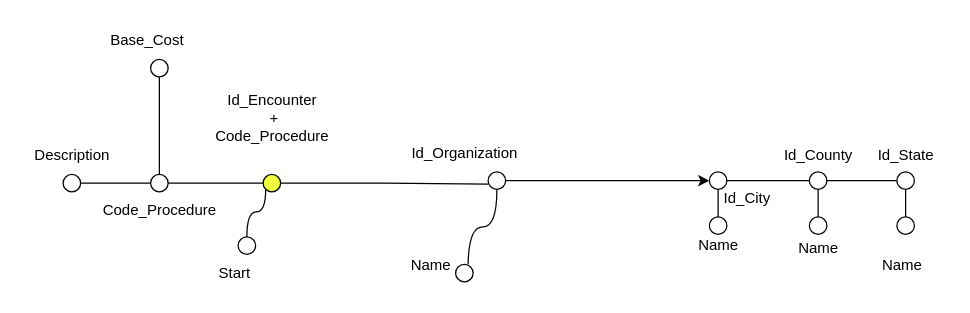
Above: Alberi_Elaborated/Carry_out.drawio in MircoPerna99/BigDataManagement_Team (draw.io), before the change. Source tidied: cells renumbered, new cells numbered last; positions are measured from the earlier drawing's top-left corner, leaving out a move shared by most shapes. Both pictures are drawn from the tidied source at 125%, with x=0, y=0 at pixel (21, 21).
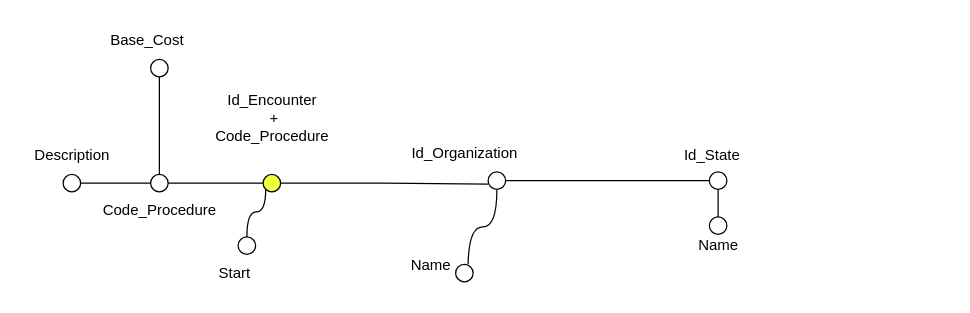
The same page after the edit.

The change refers to these unchanged cells:
```xml
<mxCell id="15" style="ellipse;whiteSpace=wrap;html=1;fillColor=#FFFFFF;" parent="1" vertex="1">
  <mxGeometry x="373" y="120" width="14" height="14" as="geometry" />
</mxCell>
<mxCell id="18" style="ellipse;whiteSpace=wrap;html=1;fillColor=#FFFFFF;" parent="1" vertex="1">
  <mxGeometry x="550" y="120" width="14" height="14" as="geometry" />
</mxCell>
```

What changed in the source:
```diff
@@
-    <mxCell id="13" style="edgeStyle=orthogonalEdgeStyle;rounded=0;jettySize=auto;html=1;exitX=1;exitY=0.5;exitDx=0;exitDy=0;entryX=0;entryY=0.5;entryDx=0;entryDy=0;endArrow=classic;startFill=0;endFill=1;" parent="1" edge="1" source="15" target="18">
+    <mxCell id="13" style="edgeStyle=orthogonalEdgeStyle;rounded=0;jettySize=auto;html=1;exitX=1;exitY=0.5;exitDx=0;exitDy=0;entryX=0;entryY=0.5;entryDx=0;entryDy=0;endArrow=none;startFill=0;endFill=1;" parent="1" edge="1" source="15" target="18">
       <mxGeometry relative="1" as="geometry" />
     </mxCell>
-    <mxCell id="14" style="edgeStyle=orthogonalEdgeStyle;rounded=0;jettySize=auto;html=1;exitX=0.5;exitY=1;exitDx=0;exitDy=0;entryX=0.5;entryY=0;entryDx=0;entryDy=0;curved=1;endArrow=none;startFill=0;" parent="1" edge="1" source="15">
-      <mxGeometry relative="1" as="geometry">
-        <mxPoint x="357" y="194" as="targetPoint" />
-      </mxGeometry>
-    </mxCell>
+    <mxCell id="40" style="edgeStyle=orthogonalEdgeStyle;rounded=0;jettySize=auto;html=1;exitX=0.5;exitY=1;exitDx=0;exitDy=0;entryX=0.5;entryY=0;entryDx=0;entryDy=0;curved=1;endArrow=none;startFill=0;" parent="1" edge="1" source="15">
+      <mxGeometry relative="1" as="geometry">
+        <mxPoint x="357" y="194" as="targetPoint" />
+      </mxGeometry>
+    </mxCell>
@@
-    <mxCell id="17" style="edgeStyle=orthogonalEdgeStyle;rounded=0;jettySize=auto;html=1;exitX=1;exitY=0.5;exitDx=0;exitDy=0;entryX=0;entryY=0.5;entryDx=0;entryDy=0;endArrow=none;startFill=0;" parent="1" edge="1" source="18" target="27">
-      <mxGeometry relative="1" as="geometry" />
-    </mxCell>
@@
-    <mxCell id="21" value="Id_City" style="text;html=1;align=center;verticalAlign=middle;strokeColor=none;fillColor=none;" parent="1" vertex="1">
-      <mxGeometry x="550" y="126" width="60" height="30" as="geometry" />
-    </mxCell>
@@
-    <mxCell id="25" style="edgeStyle=orthogonalEdgeStyle;rounded=0;jettySize=auto;html=1;exitX=0.5;exitY=1;exitDx=0;exitDy=0;entryX=0.5;entryY=0;entryDx=0;entryDy=0;endArrow=none;startFill=0;" parent="1" edge="1" source="27" target="29">
-      <mxGeometry relative="1" as="geometry" />
-    </mxCell>
-    <mxCell id="26" style="edgeStyle=orthogonalEdgeStyle;rounded=0;jettySize=auto;html=1;exitX=1;exitY=0.5;exitDx=0;exitDy=0;entryX=0;entryY=0.5;entryDx=0;entryDy=0;endArrow=none;startFill=0;" parent="1" edge="1" source="27" target="32">
-      <mxGeometry relative="1" as="geometry" />
-    </mxCell>
-    <mxCell id="27" style="ellipse;whiteSpace=wrap;html=1;fillColor=#FFFFFF;" parent="1" vertex="1">
-      <mxGeometry x="630" y="120" width="14" height="14" as="geometry" />
-    </mxCell>
-    <mxCell id="28" value="Id_County" style="text;html=1;align=center;verticalAlign=middle;strokeColor=none;fillColor=none;" parent="1" vertex="1">
-      <mxGeometry x="597" y="92" width="80" height="30" as="geometry" />
-    </mxCell>
-    <mxCell id="29" style="ellipse;whiteSpace=wrap;html=1;fillColor=#FFFFFF;" parent="1" vertex="1">
-      <mxGeometry x="630" y="156" width="14" height="14" as="geometry" />
-    </mxCell>
-    <mxCell id="30" value="Name" style="text;html=1;align=center;verticalAlign=middle;strokeColor=none;fillColor=none;" parent="1" vertex="1">
-      <mxGeometry x="607" y="166" width="60" height="30" as="geometry" />
-    </mxCell>
-    <mxCell id="31" style="edgeStyle=orthogonalEdgeStyle;rounded=0;jettySize=auto;html=1;exitX=0.5;exitY=1;exitDx=0;exitDy=0;entryX=0.5;entryY=0;entryDx=0;entryDy=0;endArrow=none;startFill=0;" parent="1" edge="1" source="32" target="34">
-      <mxGeometry relative="1" as="geometry" />
-    </mxCell>
-    <mxCell id="32" style="ellipse;whiteSpace=wrap;html=1;fillColor=#FFFFFF;" parent="1" vertex="1">
-      <mxGeometry x="700" y="120" width="14" height="14" as="geometry" />
-    </mxCell>
     <mxCell id="33" value="Id_State" style="text;html=1;align=center;verticalAlign=middle;strokeColor=none;fillColor=none;" parent="1" vertex="1">
-      <mxGeometry x="672" y="92" width="70" height="30" as="geometry" />
+      <mxGeometry x="517" y="92" width="70" height="30" as="geometry" />
     </mxCell>
-    <mxCell id="34" style="ellipse;whiteSpace=wrap;html=1;fillColor=#FFFFFF;" parent="1" vertex="1">
-      <mxGeometry x="700" y="156" width="14" height="14" as="geometry" />
-    </mxCell>
-    <mxCell id="35" value="Name" style="text;html=1;align=center;verticalAlign=middle;strokeColor=none;fillColor=none;" parent="1" vertex="1">
-      <mxGeometry x="674" y="180" width="60" height="30" as="geometry" />
-    </mxCell>
```
